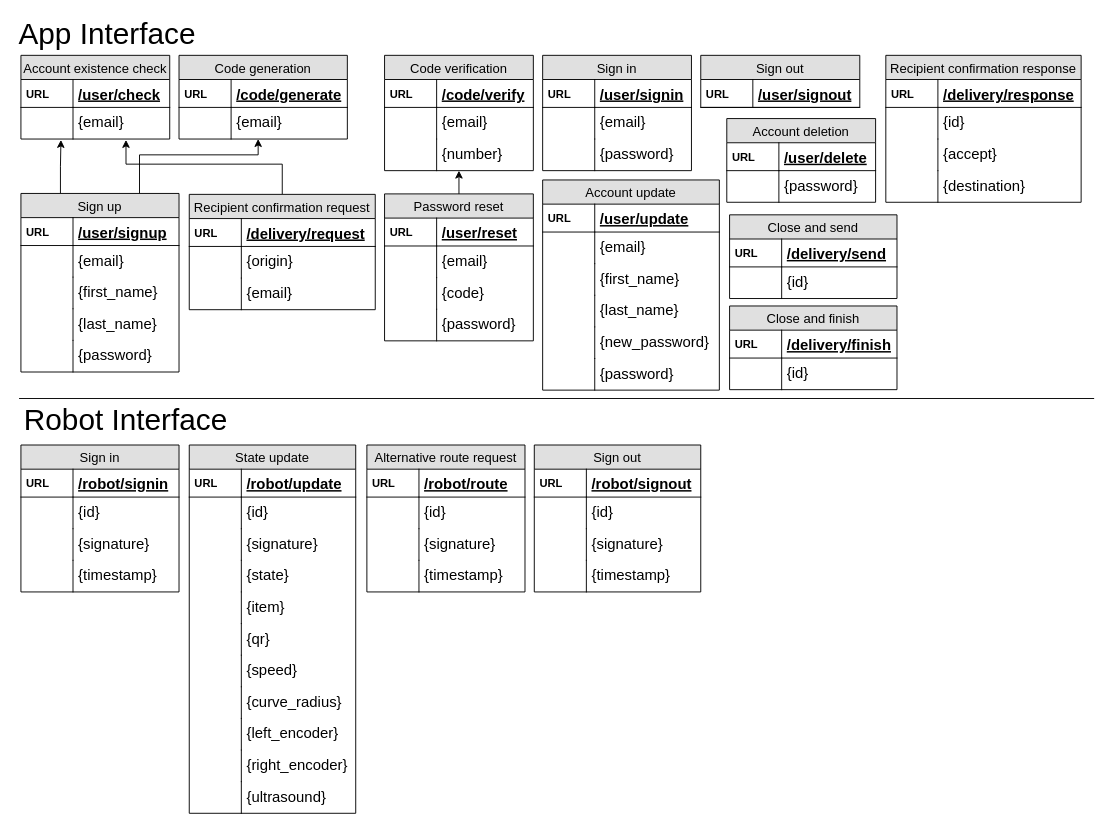
Earlier version of the draw.io diagram server/modeling/Server Modelling.drawio (developedby/DLVR). Source tidied: cells renumbered, new cells numbered last; positions are measured from the earlier drawing's top-left corner, leaving out a move shared by most shapes. Both pictures are drawn from the tidied source at 93%, with x=0, y=0 at pixel (16, 24).
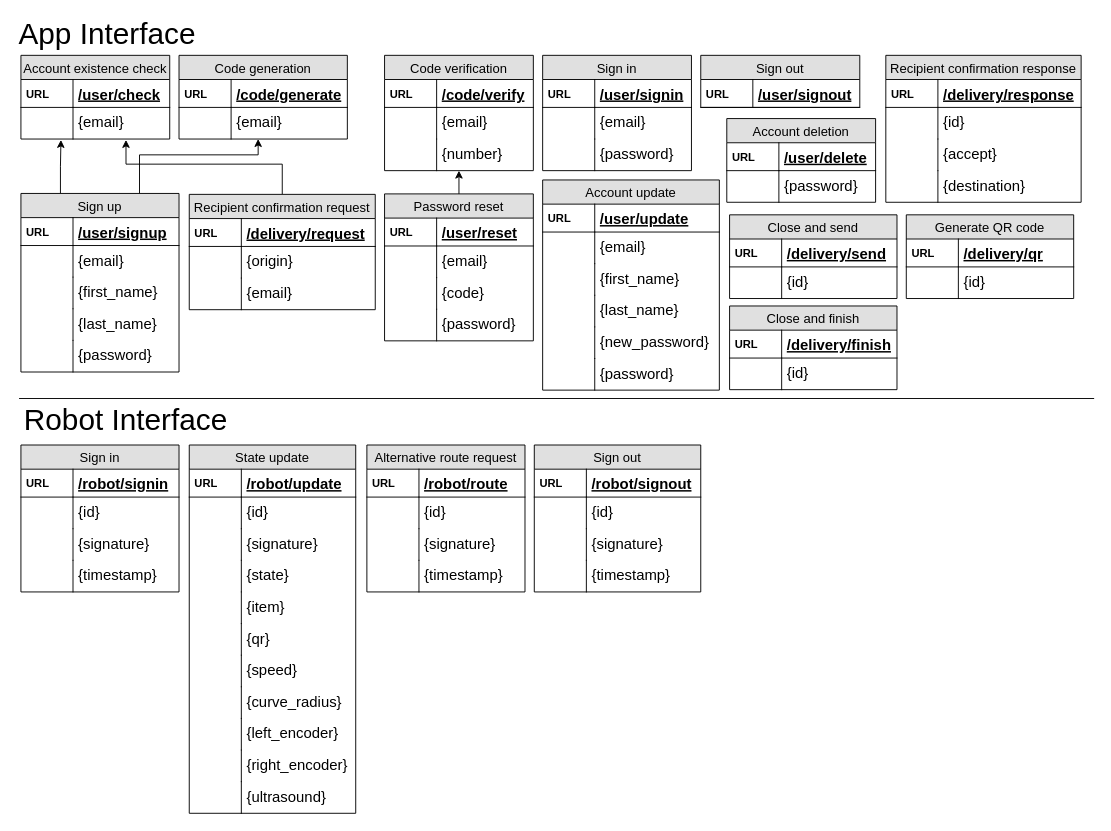
Above is the later version.

Commit message (it also covers changes not shown here):
Delivery communication modeling

The edit, as a diff of the source:
```diff
@@
+    <mxCell id="150" value="Generate QR code" style="swimlane;fontStyle=0;horizontal=1;startSize=26;fillColor=#e0e0e0;swimlaneFillColor=#ffffff;align=center;fontSize=14;" parent="1" vertex="1">
+      <mxGeometry x="957" y="204.5" width="180" height="90" as="geometry" />
+    </mxCell>
+    <mxCell id="151" value="/delivery/qr" style="shape=partialRectangle;top=0;left=0;right=0;bottom=1;align=left;verticalAlign=middle;fillColor=none;spacingLeft=60;spacingRight=4;overflow=hidden;fontStyle=5;fontSize=16;" parent="150" vertex="1">
+      <mxGeometry y="26" width="180" height="30" as="geometry" />
+    </mxCell>
+    <mxCell id="152" value="URL" style="shape=partialRectangle;fontStyle=1;top=0;left=0;bottom=0;fillColor=none;align=left;verticalAlign=middle;spacingLeft=4;spacingRight=4;overflow=hidden;fontSize=12;" parent="151" vertex="1">
+      <mxGeometry width="56" height="30" as="geometry" />
+    </mxCell>
+    <mxCell id="153" value="{id}" style="shape=partialRectangle;top=0;left=0;right=0;bottom=0;align=left;verticalAlign=top;fillColor=none;spacingLeft=60;spacingRight=4;overflow=hidden;fontSize=16;" parent="150" vertex="1">
+      <mxGeometry y="56" width="180" height="34" as="geometry" />
+    </mxCell>
+    <mxCell id="154" style="shape=partialRectangle;top=0;left=0;bottom=0;fillColor=none;align=left;verticalAlign=top;spacingLeft=4;spacingRight=4;overflow=hidden;fontSize=12;" parent="153" vertex="1">
+      <mxGeometry width="56" height="34" as="geometry" />
+    </mxCell>
```
